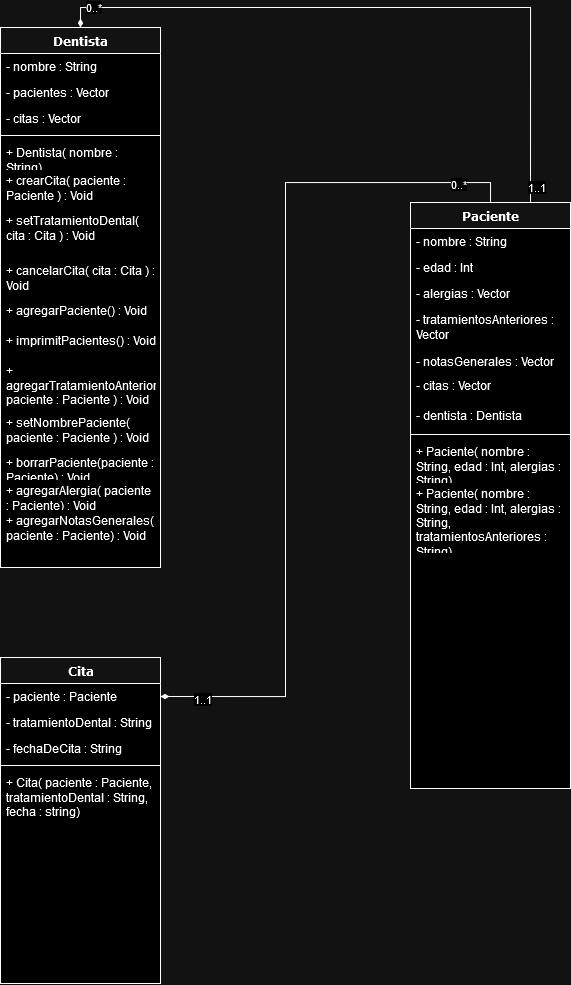
Milllll000/SistemaDentista keeps this draw.io diagram as clases_citas_dentista.drawio.png. Above is the earlier version. Source tidied: cells renumbered, new cells last; positions are measured from the earlier drawing's top-left corner, leaving out a move shared by most shapes.
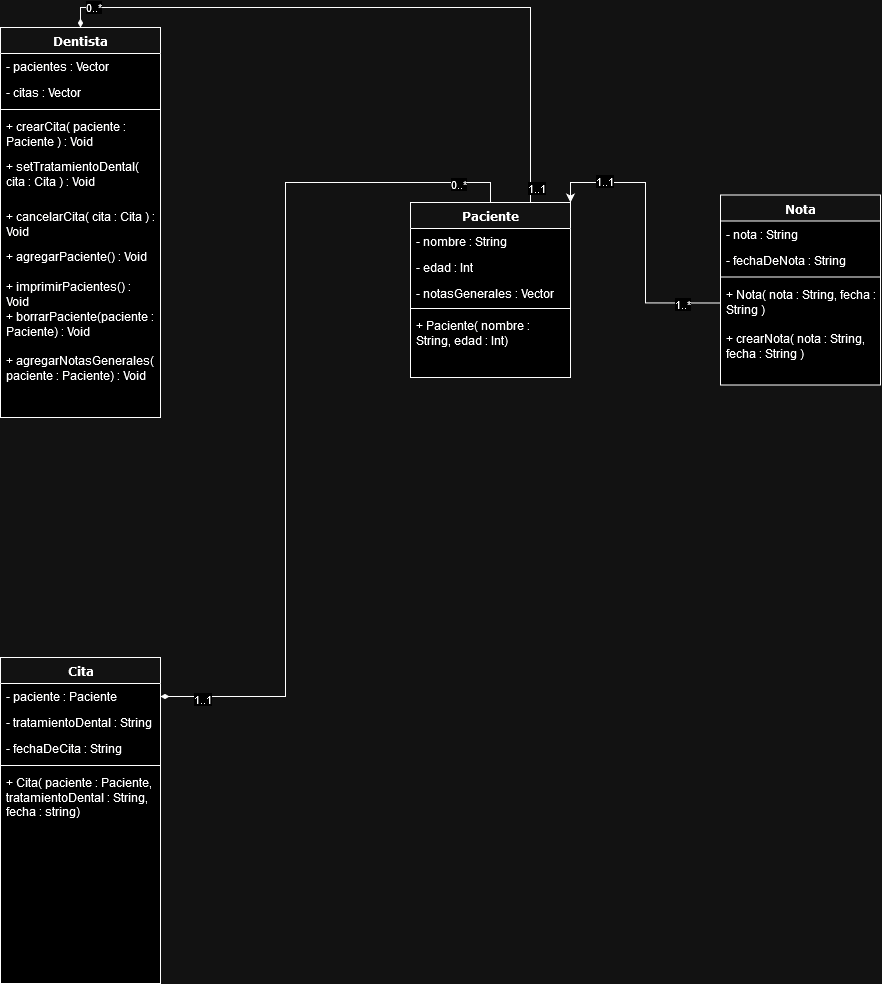
After the commit.

Commit message:
Modificará el diagrama de clases

What changed in the source:
```diff
@@ -39,7 +39,7 @@
       <mxGeometry x="0.9" y="-1" relative="1" as="geometry" />
     </mxCell>
     <mxCell id="14" value="Paciente" style="swimlane;html=1;fontStyle=1;align=center;verticalAlign=top;horizontal=1;startSize=26;swimlaneFillColor=#ffffff;rounded=0;shadow=0;comic=0;labelBackgroundColor=none;strokeWidth=1;fillColor=none;fontFamily=Verdana;fontSize=12;" parent="1" vertex="1">
-      <mxGeometry x="410" y="175" width="160" height="586" as="geometry" />
+      <mxGeometry x="410" y="175" width="160" height="175" as="geometry" />
     </mxCell>
     <mxCell id="15" value="- nombre : String" style="text;html=1;strokeColor=none;fillColor=none;align=left;verticalAlign=top;spacingLeft=4;spacingRight=4;whiteSpace=wrap;overflow=hidden;" parent="14" vertex="1">
       <mxGeometry y="26" width="160" height="26" as="geometry" />
@@ -47,77 +47,74 @@
     <mxCell id="16" value="- edad : Int" style="text;html=1;strokeColor=none;fillColor=none;align=left;verticalAlign=top;spacingLeft=4;spacingRight=4;whiteSpace=wrap;overflow=hidden;" parent="14" vertex="1">
       <mxGeometry y="52" width="160" height="26" as="geometry" />
     </mxCell>
-    <mxCell id="17" value="- alergias : Vector" style="text;html=1;strokeColor=none;fillColor=none;align=left;verticalAlign=top;spacingLeft=4;spacingRight=4;whiteSpace=wrap;overflow=hidden;" parent="14" vertex="1">
-      <mxGeometry y="78" width="160" height="26" as="geometry" />
-    </mxCell>
-    <mxCell id="18" value="- tratamientosAnteriores : Vector" style="text;html=1;strokeColor=none;fillColor=none;align=left;verticalAlign=top;spacingLeft=4;spacingRight=4;whiteSpace=wrap;overflow=hidden;" parent="14" vertex="1">
-      <mxGeometry y="104" width="160" height="42" as="geometry" />
-    </mxCell>
     <mxCell id="19" value="- notasGenerales : Vector" style="text;html=1;strokeColor=none;fillColor=none;align=left;verticalAlign=top;spacingLeft=4;spacingRight=4;whiteSpace=wrap;overflow=hidden;" parent="14" vertex="1">
-      <mxGeometry y="146" width="160" height="24" as="geometry" />
+      <mxGeometry y="78" width="160" height="24" as="geometry" />
     </mxCell>
-    <mxCell id="20" value="- citas : Vector" style="text;html=1;strokeColor=none;fillColor=none;align=left;verticalAlign=top;spacingLeft=4;spacingRight=4;whiteSpace=wrap;overflow=hidden;" parent="14" vertex="1">
-      <mxGeometry y="170" width="160" height="30" as="geometry" />
-    </mxCell>
-    <mxCell id="21" value="- dentista : Dentista" style="text;html=1;strokeColor=none;fillColor=none;align=left;verticalAlign=top;spacingLeft=4;spacingRight=4;whiteSpace=wrap;overflow=hidden;" parent="14" vertex="1">
-      <mxGeometry y="200" width="160" height="28" as="geometry" />
-    </mxCell>
     <mxCell id="22" style="line;html=1;strokeWidth=1;fillColor=none;align=left;verticalAlign=middle;spacingTop=-1;spacingLeft=3;spacingRight=3;labelPosition=right;" parent="14" vertex="1">
-      <mxGeometry y="228" width="160" height="8" as="geometry" />
+      <mxGeometry y="102" width="160" height="8" as="geometry" />
     </mxCell>
-    <mxCell id="23" value="+ Paciente( nombre : String, edad : Int, alergias : String)" style="text;html=1;strokeColor=none;fillColor=none;align=left;verticalAlign=top;spacingLeft=4;spacingRight=4;whiteSpace=wrap;overflow=hidden;" parent="14" vertex="1">
-      <mxGeometry y="236" width="160" height="42" as="geometry" />
+    <mxCell id="23" value="+ Paciente( nombre : String, edad : Int)" style="text;html=1;strokeColor=none;fillColor=none;align=left;verticalAlign=top;spacingLeft=4;spacingRight=4;whiteSpace=wrap;overflow=hidden;" parent="14" vertex="1">
+      <mxGeometry y="110" width="160" height="42" as="geometry" />
     </mxCell>
-    <mxCell id="24" value="+ Paciente( nombre : String, edad : Int, alergias : String, tratamientosAnteriores : String)" style="text;html=1;strokeColor=none;fillColor=none;align=left;verticalAlign=top;spacingLeft=4;spacingRight=4;whiteSpace=wrap;overflow=hidden;" parent="14" vertex="1">
-      <mxGeometry y="278" width="160" height="70" as="geometry" />
-    </mxCell>
     <mxCell id="25" value="Dentista" style="swimlane;html=1;fontStyle=1;align=center;verticalAlign=top;horizontal=1;startSize=26;swimlaneFillColor=#ffffff;rounded=0;shadow=0;comic=0;labelBackgroundColor=none;strokeWidth=1;fillColor=none;fontFamily=Verdana;fontSize=12;" parent="1" vertex="1">
-      <mxGeometry width="160" height="540" as="geometry" />
+      <mxGeometry width="160" height="390" as="geometry" />
     </mxCell>
-    <mxCell id="26" value="- nombre : String" style="text;html=1;strokeColor=none;fillColor=none;align=left;verticalAlign=top;spacingLeft=4;spacingRight=4;whiteSpace=wrap;overflow=hidden;" parent="25" vertex="1">
-      <mxGeometry y="26" width="160" height="26" as="geometry" />
-    </mxCell>
     <mxCell id="27" value="- pacientes : Vector" style="text;html=1;strokeColor=none;fillColor=none;align=left;verticalAlign=top;spacingLeft=4;spacingRight=4;whiteSpace=wrap;overflow=hidden;" parent="25" vertex="1">
-      <mxGeometry y="52" width="160" height="26" as="geometry" />
+      <mxGeometry y="26" width="160" height="26" as="geometry" />
     </mxCell>
     <mxCell id="28" value="- citas : Vector" style="text;html=1;strokeColor=none;fillColor=none;align=left;verticalAlign=top;spacingLeft=4;spacingRight=4;whiteSpace=wrap;overflow=hidden;" parent="25" vertex="1">
-      <mxGeometry y="78" width="160" height="26" as="geometry" />
+      <mxGeometry y="52" width="160" height="26" as="geometry" />
     </mxCell>
     <mxCell id="29" style="line;html=1;strokeWidth=1;fillColor=none;align=left;verticalAlign=middle;spacingTop=-1;spacingLeft=3;spacingRight=3;labelPosition=right;" parent="25" vertex="1">
-      <mxGeometry y="104" width="160" height="8" as="geometry" />
+      <mxGeometry y="78" width="160" height="8" as="geometry" />
     </mxCell>
-    <mxCell id="30" value="&lt;div&gt;+ Dentista( nombre : String)&lt;br&gt;&lt;/div&gt;" style="text;html=1;strokeColor=none;fillColor=none;align=left;verticalAlign=top;spacingLeft=4;spacingRight=4;whiteSpace=wrap;overflow=hidden;" parent="25" vertex="1">
-      <mxGeometry y="112" width="160" height="28" as="geometry" />
-    </mxCell>
     <mxCell id="31" value="+ crearCita( paciente : Paciente ) : Void" style="text;html=1;strokeColor=none;fillColor=none;align=left;verticalAlign=top;spacingLeft=4;spacingRight=4;whiteSpace=wrap;overflow=hidden;" parent="25" vertex="1">
-      <mxGeometry y="140" width="160" height="40" as="geometry" />
+      <mxGeometry y="86" width="160" height="40" as="geometry" />
     </mxCell>
     <mxCell id="32" value="+ setTratamientoDental( cita : Cita ) : Void" style="text;html=1;strokeColor=none;fillColor=none;align=left;verticalAlign=top;spacingLeft=4;spacingRight=4;whiteSpace=wrap;overflow=hidden;" parent="25" vertex="1">
-      <mxGeometry y="180" width="160" height="50" as="geometry" />
+      <mxGeometry y="126" width="160" height="50" as="geometry" />
     </mxCell>
     <mxCell id="33" value="+ cancelarCita( cita : Cita ) : Void" style="text;html=1;strokeColor=none;fillColor=none;align=left;verticalAlign=top;spacingLeft=4;spacingRight=4;whiteSpace=wrap;overflow=hidden;" parent="25" vertex="1">
-      <mxGeometry y="230" width="160" height="40" as="geometry" />
+      <mxGeometry y="176" width="160" height="40" as="geometry" />
     </mxCell>
     <mxCell id="34" value="+ agregarPaciente() : Void" style="text;html=1;strokeColor=none;fillColor=none;align=left;verticalAlign=top;spacingLeft=4;spacingRight=4;whiteSpace=wrap;overflow=hidden;" parent="25" vertex="1">
-      <mxGeometry y="270" width="160" height="30" as="geometry" />
+      <mxGeometry y="216" width="160" height="30" as="geometry" />
     </mxCell>
-    <mxCell id="35" value="+ imprimitPacientes() : Void" style="text;html=1;strokeColor=none;fillColor=none;align=left;verticalAlign=top;spacingLeft=4;spacingRight=4;whiteSpace=wrap;overflow=hidden;" parent="25" vertex="1">
-      <mxGeometry y="300" width="160" height="30" as="geometry" />
+    <mxCell id="35" value="+ imprimirPacientes() : Void" style="text;html=1;strokeColor=none;fillColor=none;align=left;verticalAlign=top;spacingLeft=4;spacingRight=4;whiteSpace=wrap;overflow=hidden;" parent="25" vertex="1">
+      <mxGeometry y="246" width="160" height="30" as="geometry" />
     </mxCell>
-    <mxCell id="36" value="+ agregarTratamientoAnterior( paciente : Paciente ) : Void" style="text;html=1;strokeColor=none;fillColor=none;align=left;verticalAlign=top;spacingLeft=4;spacingRight=4;whiteSpace=wrap;overflow=hidden;" parent="25" vertex="1">
-      <mxGeometry y="330" width="160" height="52" as="geometry" />
-    </mxCell>
-    <mxCell id="37" value="+ setNombrePaciente( paciente : Paciente ) : Void" style="text;html=1;strokeColor=none;fillColor=none;align=left;verticalAlign=top;spacingLeft=4;spacingRight=4;whiteSpace=wrap;overflow=hidden;" parent="25" vertex="1">
-      <mxGeometry y="382" width="160" height="40" as="geometry" />
-    </mxCell>
     <mxCell id="38" value="+ borrarPaciente(paciente : Paciente) : Void" style="text;html=1;strokeColor=none;fillColor=none;align=left;verticalAlign=top;spacingLeft=4;spacingRight=4;whiteSpace=wrap;overflow=hidden;" parent="25" vertex="1">
-      <mxGeometry y="422" width="160" height="28" as="geometry" />
+      <mxGeometry y="276" width="160" height="44" as="geometry" />
     </mxCell>
-    <mxCell id="39" value="&lt;div&gt;+ agregarAlergia( paciente : Paciente) : Void&lt;/div&gt;" style="text;html=1;strokeColor=none;fillColor=none;align=left;verticalAlign=top;spacingLeft=4;spacingRight=4;whiteSpace=wrap;overflow=hidden;" parent="25" vertex="1">
-      <mxGeometry y="450" width="160" height="30" as="geometry" />
-    </mxCell>
     <mxCell id="40" value="+ agregarNotasGenerales( paciente : Paciente) : Void" style="text;html=1;strokeColor=none;fillColor=none;align=left;verticalAlign=top;spacingLeft=4;spacingRight=4;whiteSpace=wrap;overflow=hidden;" parent="25" vertex="1">
-      <mxGeometry y="480" width="160" height="40" as="geometry" />
+      <mxGeometry y="320" width="160" height="40" as="geometry" />
     </mxCell>
+    <mxCell id="41" value="Nota" style="swimlane;html=1;fontStyle=1;align=center;verticalAlign=top;horizontal=1;startSize=26;swimlaneFillColor=#ffffff;rounded=0;shadow=0;comic=0;labelBackgroundColor=none;strokeWidth=1;fillColor=none;fontFamily=Verdana;fontSize=12;" parent="1" vertex="1">
+      <mxGeometry x="720" y="167.5" width="160" height="190" as="geometry" />
+    </mxCell>
+    <mxCell id="42" value="- nota : String" style="text;html=1;strokeColor=none;fillColor=none;align=left;verticalAlign=top;spacingLeft=4;spacingRight=4;whiteSpace=wrap;overflow=hidden;" parent="41" vertex="1">
+      <mxGeometry y="26" width="160" height="26" as="geometry" />
+    </mxCell>
+    <mxCell id="43" value="- fechaDeNota : String" style="text;html=1;strokeColor=none;fillColor=none;align=left;verticalAlign=top;spacingLeft=4;spacingRight=4;whiteSpace=wrap;overflow=hidden;" parent="41" vertex="1">
+      <mxGeometry y="52" width="160" height="26" as="geometry" />
+    </mxCell>
+    <mxCell id="44" style="line;html=1;strokeWidth=1;fillColor=none;align=left;verticalAlign=middle;spacingTop=-1;spacingLeft=3;spacingRight=3;labelPosition=right;" parent="41" vertex="1">
+      <mxGeometry y="78" width="160" height="8" as="geometry" />
+    </mxCell>
+    <mxCell id="45" value="+ Nota( nota : String, fecha : String )" style="text;html=1;strokeColor=none;fillColor=none;align=left;verticalAlign=top;spacingLeft=4;spacingRight=4;whiteSpace=wrap;overflow=hidden;points=[[0,0.5],[1,0.5]];portConstraint=eastwest;" parent="41" vertex="1">
+      <mxGeometry y="86" width="160" height="44" as="geometry" />
+    </mxCell>
+    <mxCell id="46" value="+ crearNota( nota : String, fecha : String )" style="text;html=1;strokeColor=none;fillColor=none;align=left;verticalAlign=top;spacingLeft=4;spacingRight=4;whiteSpace=wrap;overflow=hidden;" parent="41" vertex="1">
+      <mxGeometry y="130" width="160" height="40" as="geometry" />
+    </mxCell>
+    <mxCell id="47" style="edgeStyle=orthogonalEdgeStyle;rounded=0;jettySize=auto;html=1;exitX=0;exitY=0.5;exitDx=0;exitDy=0;entryX=1;entryY=0;entryDx=0;entryDy=0;" parent="1" edge="1" source="45" target="14">
+      <mxGeometry relative="1" as="geometry" />
+    </mxCell>
+    <mxCell id="48" value="1..*" style="edgeLabel;html=1;align=center;verticalAlign=middle;" parent="47" vertex="1">
+      <mxGeometry x="-0.74" y="1" relative="1" as="geometry" />
+    </mxCell>
+    <mxCell id="49" value="1..1" style="edgeLabel;html=1;align=center;verticalAlign=middle;" parent="47" vertex="1">
+      <mxGeometry x="0.63" y="-2" relative="1" as="geometry" />
+    </mxCell>
   </root>
 </mxGraphModel>
```
